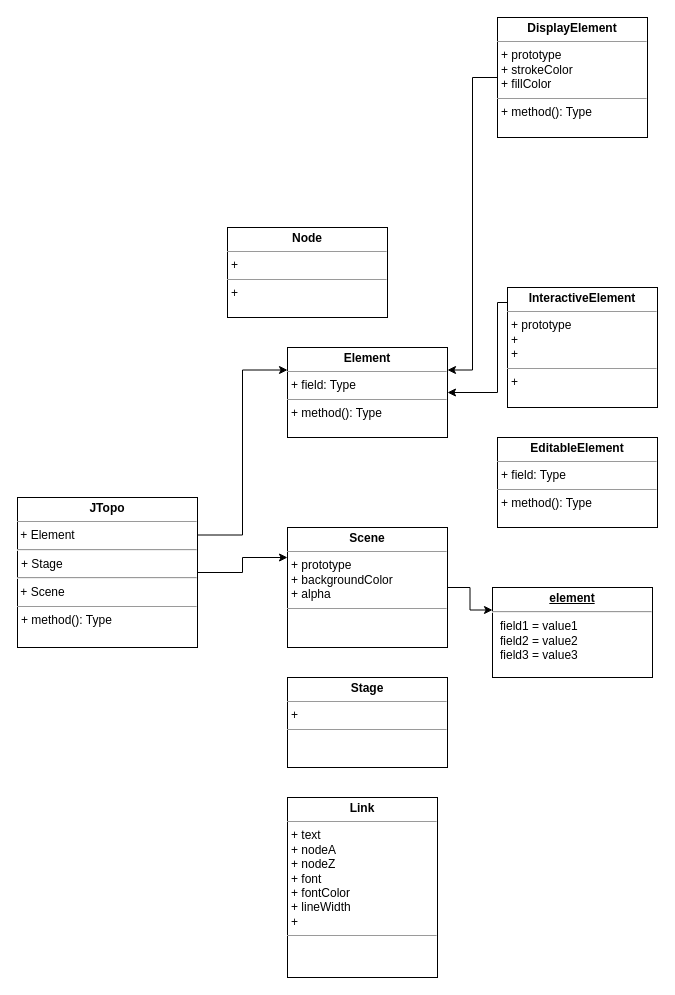
Earlier version of the draw.io diagram Untitled Diagram.drawio (waterwatermelon/graph). Source tidied: cells renumbered, new cells numbered last; positions are measured from the earlier drawing's top-left corner, leaving out a move shared by most shapes. Both pictures are drawn from the tidied source at 100%, with x=0, y=0 at pixel (17, 17).
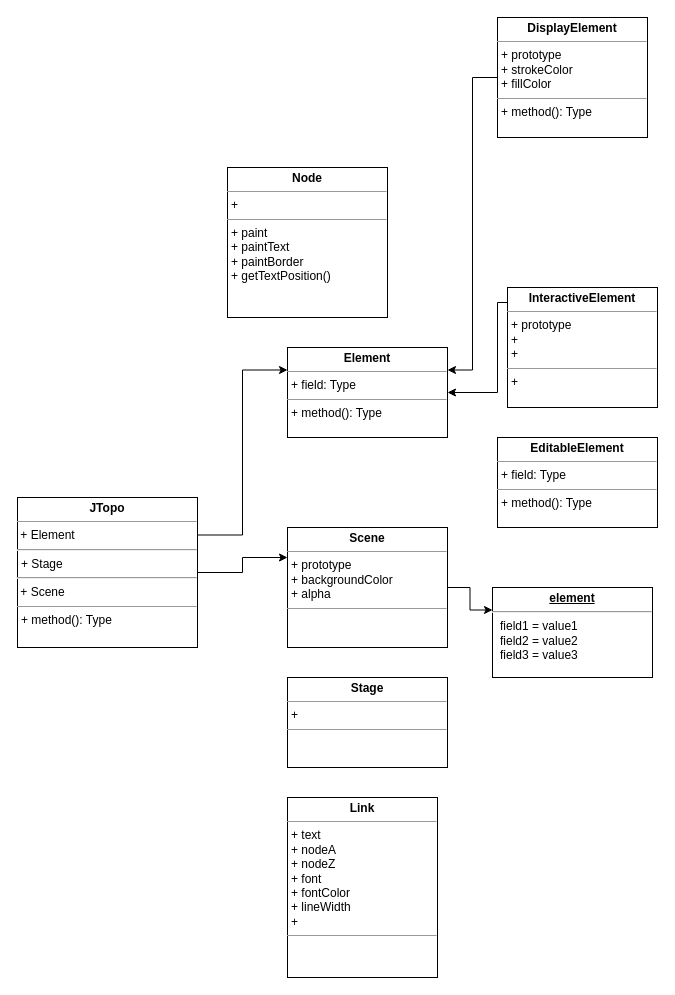
The same diagram, later.

What changed in the source:
```diff
@@
 <mxGraphModel>
   <root>
     <mxCell id="0" />
     <mxCell id="1" parent="0" />
     <mxCell id="2" style="edgeStyle=orthogonalEdgeStyle;rounded=0;jettySize=auto;html=1;exitX=1;exitY=0.5;exitDx=0;exitDy=0;entryX=0;entryY=0.25;entryDx=0;entryDy=0;" parent="1" edge="1" source="3" target="4">
       <mxGeometry relative="1" as="geometry" />
     </mxCell>
     <mxCell id="3" value="&lt;p style=&quot;margin: 0px ; margin-top: 4px ; text-align: center&quot;&gt;&lt;b&gt;Scene&lt;/b&gt;&lt;/p&gt;&lt;hr size=&quot;1&quot;&gt;&lt;p style=&quot;margin: 0px ; margin-left: 4px&quot;&gt;+ prototype&lt;/p&gt;&lt;p style=&quot;margin: 0px ; margin-left: 4px&quot;&gt;+ backgroundColor&lt;/p&gt;&lt;p style=&quot;margin: 0px ; margin-left: 4px&quot;&gt;+ alpha&lt;/p&gt;&lt;hr size=&quot;1&quot;&gt;&lt;p style=&quot;margin: 0px ; margin-left: 4px&quot;&gt;&lt;br&gt;&lt;/p&gt;" style="verticalAlign=top;align=left;overflow=fill;fontSize=12;fontFamily=Helvetica;html=1;" parent="1" vertex="1">
       <mxGeometry x="270" y="510" width="160" height="120" as="geometry" />
     </mxCell>
     <mxCell id="4" value="&lt;p style=&quot;margin: 0px ; margin-top: 4px ; text-align: center ; text-decoration: underline&quot;&gt;&lt;b&gt;element&lt;/b&gt;&lt;/p&gt;&lt;hr&gt;&lt;p style=&quot;margin: 0px ; margin-left: 8px&quot;&gt;field1 = value1&lt;br&gt;field2 = value2&lt;br&gt;field3 = value3&lt;/p&gt;" style="verticalAlign=top;align=left;overflow=fill;fontSize=12;fontFamily=Helvetica;html=1;" parent="1" vertex="1">
       <mxGeometry x="475" y="570" width="160" height="90" as="geometry" />
     </mxCell>
     <mxCell id="5" value="&lt;p style=&quot;margin: 0px ; margin-top: 4px ; text-align: center&quot;&gt;&lt;b&gt;Element&lt;/b&gt;&lt;/p&gt;&lt;hr size=&quot;1&quot;&gt;&lt;p style=&quot;margin: 0px ; margin-left: 4px&quot;&gt;+ field: Type&lt;/p&gt;&lt;hr size=&quot;1&quot;&gt;&lt;p style=&quot;margin: 0px ; margin-left: 4px&quot;&gt;+ method(): Type&lt;/p&gt;" style="verticalAlign=top;align=left;overflow=fill;fontSize=12;fontFamily=Helvetica;html=1;" parent="1" vertex="1">
       <mxGeometry x="270" y="330" width="160" height="90" as="geometry" />
     </mxCell>
     <mxCell id="6" style="edgeStyle=orthogonalEdgeStyle;rounded=0;jettySize=auto;html=1;exitX=1;exitY=0.25;exitDx=0;exitDy=0;entryX=0;entryY=0.25;entryDx=0;entryDy=0;" parent="1" edge="1" source="8" target="5">
       <mxGeometry relative="1" as="geometry" />
     </mxCell>
     <mxCell id="7" style="edgeStyle=orthogonalEdgeStyle;rounded=0;jettySize=auto;html=1;entryX=0;entryY=0.25;entryDx=0;entryDy=0;" parent="1" edge="1" source="8" target="3">
       <mxGeometry relative="1" as="geometry" />
     </mxCell>
     <mxCell id="8" value="&lt;p style=&quot;margin: 0px ; margin-top: 4px ; text-align: center&quot;&gt;&lt;b&gt;JTopo&lt;/b&gt;&lt;/p&gt;&lt;hr size=&quot;1&quot;&gt;&amp;nbsp;+ Element&lt;hr&gt;&lt;p style=&quot;margin: 0px ; margin-left: 4px&quot;&gt;+ Stage&lt;/p&gt;&lt;hr&gt;&amp;nbsp;+ Scene&lt;hr size=&quot;1&quot;&gt;&lt;p style=&quot;margin: 0px ; margin-left: 4px&quot;&gt;+ method(): Type&lt;/p&gt;" style="verticalAlign=top;align=left;overflow=fill;fontSize=12;fontFamily=Helvetica;html=1;" parent="1" vertex="1">
       <mxGeometry y="480" width="180" height="150" as="geometry" />
     </mxCell>
     <mxCell id="9" value="&lt;p style=&quot;margin: 0px ; margin-top: 4px ; text-align: center&quot;&gt;&lt;b&gt;Stage&lt;/b&gt;&lt;/p&gt;&lt;hr size=&quot;1&quot;&gt;&lt;p style=&quot;margin: 0px ; margin-left: 4px&quot;&gt;+&amp;nbsp;&lt;/p&gt;&lt;hr size=&quot;1&quot;&gt;&lt;p style=&quot;margin: 0px ; margin-left: 4px&quot;&gt;&lt;br&gt;&lt;/p&gt;" style="verticalAlign=top;align=left;overflow=fill;fontSize=12;fontFamily=Helvetica;html=1;" parent="1" vertex="1">
       <mxGeometry x="270" y="660" width="160" height="90" as="geometry" />
     </mxCell>
     <mxCell id="10" value="&lt;p style=&quot;margin: 0px ; margin-top: 4px ; text-align: center&quot;&gt;&lt;b&gt;Link&lt;/b&gt;&lt;/p&gt;&lt;hr size=&quot;1&quot;&gt;&lt;p style=&quot;margin: 0px ; margin-left: 4px&quot;&gt;+ text&lt;/p&gt;&lt;p style=&quot;margin: 0px ; margin-left: 4px&quot;&gt;+ nodeA&lt;/p&gt;&lt;p style=&quot;margin: 0px ; margin-left: 4px&quot;&gt;+ nodeZ&amp;nbsp;&amp;nbsp;&lt;/p&gt;&lt;p style=&quot;margin: 0px ; margin-left: 4px&quot;&gt;+ font&lt;/p&gt;&lt;p style=&quot;margin: 0px ; margin-left: 4px&quot;&gt;+ fontColor&lt;/p&gt;&lt;p style=&quot;margin: 0px ; margin-left: 4px&quot;&gt;+ lineWidth&amp;nbsp;&lt;/p&gt;&lt;p style=&quot;margin: 0px ; margin-left: 4px&quot;&gt;+&amp;nbsp;&lt;/p&gt;&lt;hr size=&quot;1&quot;&gt;&lt;p style=&quot;margin: 0px ; margin-left: 4px&quot;&gt;&lt;br&gt;&lt;/p&gt;" style="verticalAlign=top;align=left;overflow=fill;fontSize=12;fontFamily=Helvetica;html=1;" parent="1" vertex="1">
       <mxGeometry x="270" y="780" width="150" height="180" as="geometry" />
     </mxCell>
     <mxCell id="11" style="edgeStyle=orthogonalEdgeStyle;rounded=0;jettySize=auto;html=1;" parent="1" edge="1" source="12" target="5">
       <mxGeometry relative="1" as="geometry">
         <Array as="points">
           <mxPoint x="480" y="285" />
         </Array>
       </mxGeometry>
     </mxCell>
     <mxCell id="12" value="&lt;p style=&quot;margin: 0px ; margin-top: 4px ; text-align: center&quot;&gt;&lt;b&gt;InteractiveElement&lt;/b&gt;&lt;/p&gt;&lt;hr size=&quot;1&quot;&gt;&lt;p style=&quot;margin: 0px ; margin-left: 4px&quot;&gt;+ prototype&lt;/p&gt;&lt;p style=&quot;margin: 0px ; margin-left: 4px&quot;&gt;+&amp;nbsp;&lt;/p&gt;&lt;p style=&quot;margin: 0px ; margin-left: 4px&quot;&gt;+&amp;nbsp;&lt;/p&gt;&lt;hr size=&quot;1&quot;&gt;&lt;p style=&quot;margin: 0px ; margin-left: 4px&quot;&gt;+&amp;nbsp;&lt;/p&gt;" style="verticalAlign=top;align=left;overflow=fill;fontSize=12;fontFamily=Helvetica;html=1;" parent="1" vertex="1">
       <mxGeometry x="490" y="270" width="150" height="120" as="geometry" />
     </mxCell>
     <mxCell id="13" style="edgeStyle=orthogonalEdgeStyle;rounded=0;jettySize=auto;html=1;exitX=0;exitY=0.5;exitDx=0;exitDy=0;entryX=1;entryY=0.25;entryDx=0;entryDy=0;" parent="1" edge="1" source="14" target="5">
       <mxGeometry relative="1" as="geometry" />
     </mxCell>
     <mxCell id="14" value="&lt;p style=&quot;margin: 0px ; margin-top: 4px ; text-align: center&quot;&gt;&lt;b&gt;DisplayElement&lt;/b&gt;&lt;/p&gt;&lt;hr size=&quot;1&quot;&gt;&lt;p style=&quot;margin: 0px ; margin-left: 4px&quot;&gt;+ prototype&lt;/p&gt;&lt;p style=&quot;margin: 0px ; margin-left: 4px&quot;&gt;+ strokeColor&lt;/p&gt;&lt;p style=&quot;margin: 0px ; margin-left: 4px&quot;&gt;+ fillColor&lt;/p&gt;&lt;hr size=&quot;1&quot;&gt;&lt;p style=&quot;margin: 0px ; margin-left: 4px&quot;&gt;+ method(): Type&lt;/p&gt;" style="verticalAlign=top;align=left;overflow=fill;fontSize=12;fontFamily=Helvetica;html=1;" parent="1" vertex="1">
       <mxGeometry x="480" width="150" height="120" as="geometry" />
     </mxCell>
     <mxCell id="15" value="&lt;p style=&quot;margin: 0px ; margin-top: 4px ; text-align: center&quot;&gt;&lt;b&gt;EditableElement&lt;/b&gt;&lt;/p&gt;&lt;hr size=&quot;1&quot;&gt;&lt;p style=&quot;margin: 0px ; margin-left: 4px&quot;&gt;+ field: Type&lt;/p&gt;&lt;hr size=&quot;1&quot;&gt;&lt;p style=&quot;margin: 0px ; margin-left: 4px&quot;&gt;+ method(): Type&lt;/p&gt;" style="verticalAlign=top;align=left;overflow=fill;fontSize=12;fontFamily=Helvetica;html=1;" parent="1" vertex="1">
       <mxGeometry x="480" y="420" width="160" height="90" as="geometry" />
     </mxCell>
-    <mxCell id="16" value="&lt;p style=&quot;margin: 0px ; margin-top: 4px ; text-align: center&quot;&gt;&lt;b&gt;Node&lt;/b&gt;&lt;/p&gt;&lt;hr size=&quot;1&quot;&gt;&lt;p style=&quot;margin: 0px ; margin-left: 4px&quot;&gt;+&amp;nbsp;&amp;nbsp;&lt;/p&gt;&lt;hr size=&quot;1&quot;&gt;&lt;p style=&quot;margin: 0px ; margin-left: 4px&quot;&gt;+&amp;nbsp;&lt;/p&gt;" style="verticalAlign=top;align=left;overflow=fill;fontSize=12;fontFamily=Helvetica;html=1;" parent="1" vertex="1">
-      <mxGeometry x="210" y="210" width="160" height="90" as="geometry" />
+    <mxCell id="16" value="&lt;p style=&quot;margin: 0px ; margin-top: 4px ; text-align: center&quot;&gt;&lt;b&gt;Node&lt;/b&gt;&lt;/p&gt;&lt;hr size=&quot;1&quot;&gt;&lt;p style=&quot;margin: 0px ; margin-left: 4px&quot;&gt;+&amp;nbsp;&amp;nbsp;&lt;/p&gt;&lt;hr size=&quot;1&quot;&gt;&lt;p style=&quot;margin: 0px ; margin-left: 4px&quot;&gt;+ paint&lt;/p&gt;&lt;p style=&quot;margin: 0px ; margin-left: 4px&quot;&gt;+ paintText&lt;/p&gt;&lt;p style=&quot;margin: 0px ; margin-left: 4px&quot;&gt;+ paintBorder&lt;/p&gt;&lt;p style=&quot;margin: 0px ; margin-left: 4px&quot;&gt;+ getTextPosition()&lt;/p&gt;" style="verticalAlign=top;align=left;overflow=fill;fontSize=12;fontFamily=Helvetica;html=1;" parent="1" vertex="1">
+      <mxGeometry x="210" y="150" width="160" height="150" as="geometry" />
     </mxCell>
   </root>
 </mxGraphModel>
```
